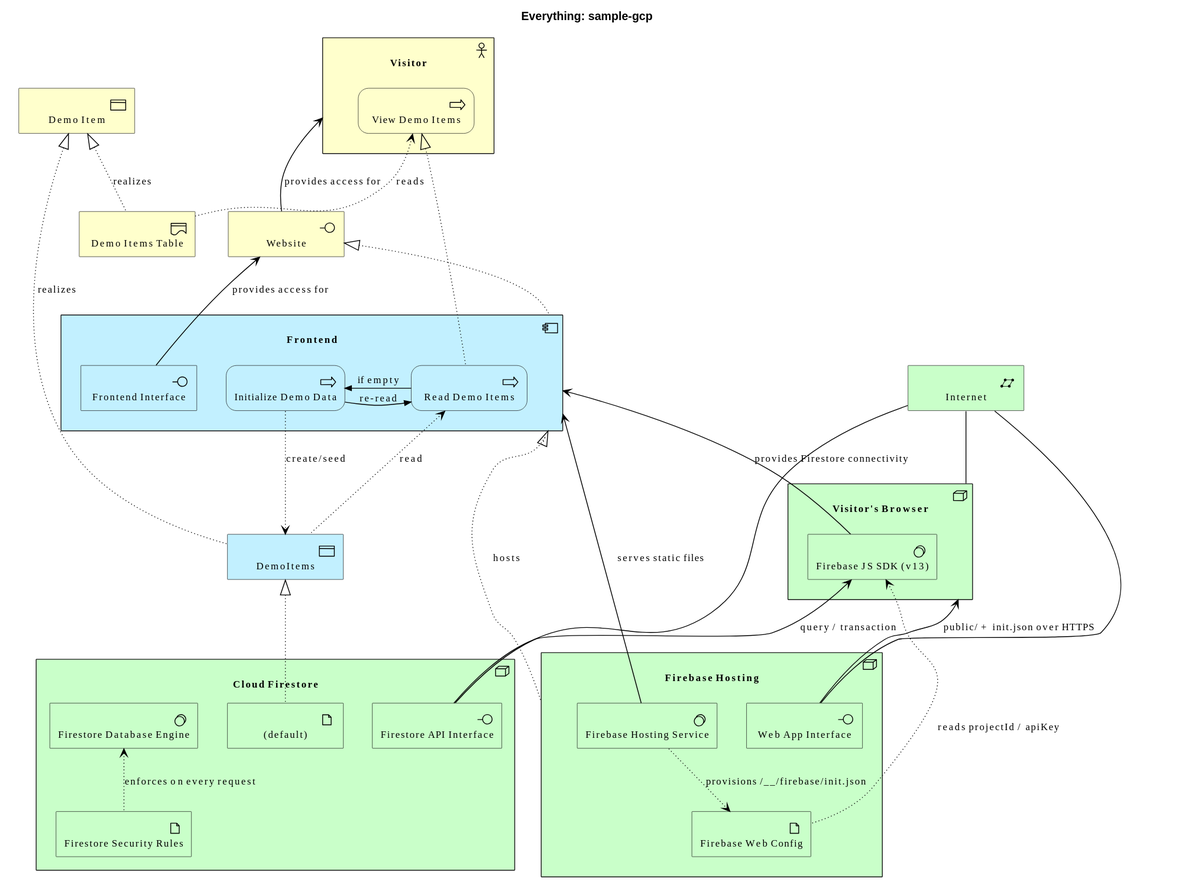
Earlier version of the PlantUML export diagrams/overview.svg (wolffy-au/frictionless-sample-gcp).
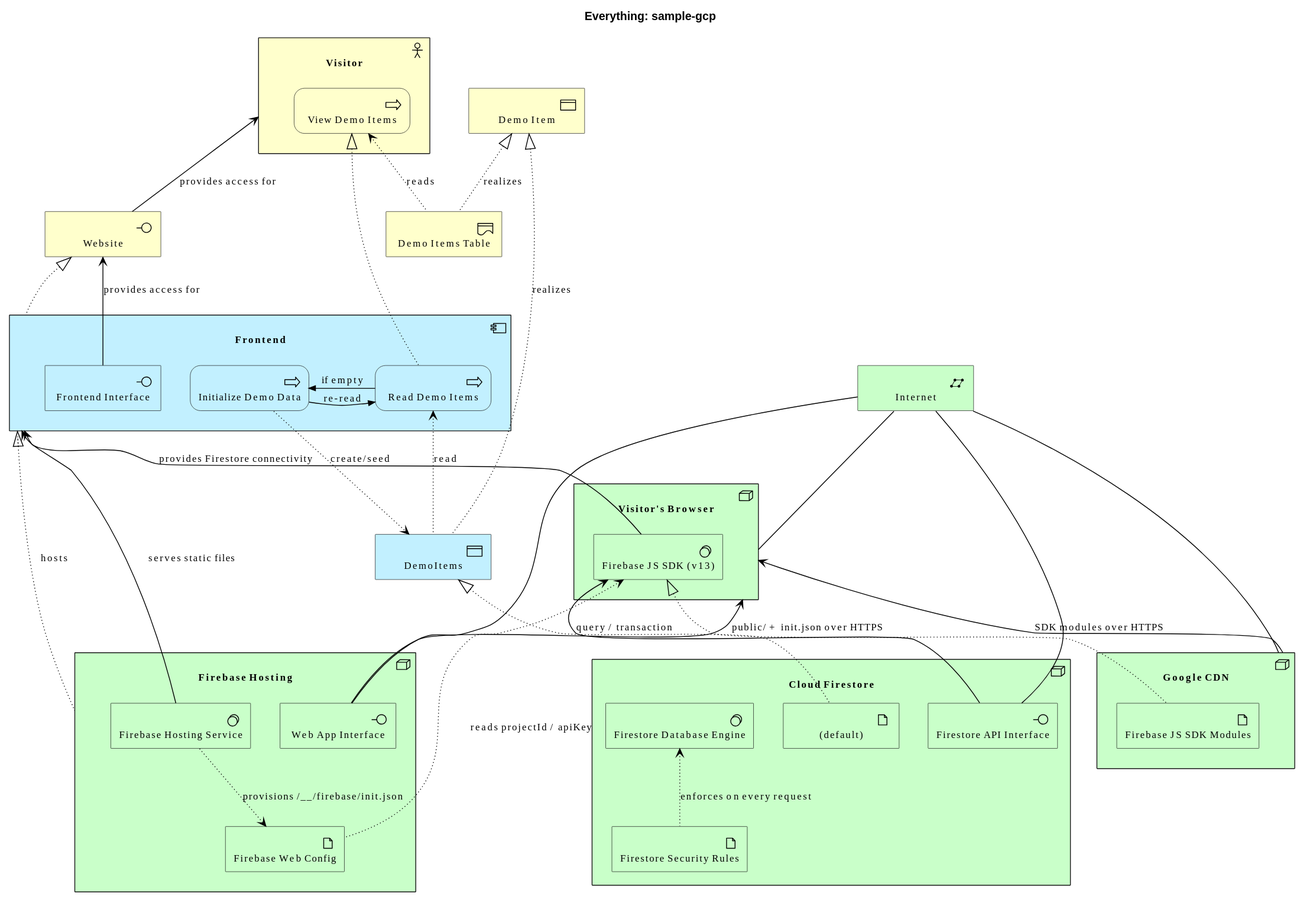
After the commit.

Commit message:
feat(architecture): model Google CDN serving the Firebase JS SDK modules

What changed in the source:
```diff
@@ -17,6 +17,9 @@
 }
 Technology_Node(e_id9f19149e10f45e, "Visitor's Browser") {
   Technology_SystemSoftware(e_id7844884d61f95e, "Firebase JS SDK (v13)")
+}
+Technology_Node(e_ida99faef2fc575a, "Google CDN") {
+  Technology_Artifact(e_ide4daf349c96354, "Firebase JS SDK Modules")
 }
 Technology_CommunicationNetwork(e_id454e7b903b8357, "Internet")
 Application_Component(e_id859316e8097157, "Frontend") {
@@ -55,4 +58,7 @@
 Rel_Serving_Up(e_id7844884d61f95e, e_id859316e8097157, "provides Firestore connectivity")
 Rel_Serving_Up(e_id26e5c2fbfcd056, e_id7844884d61f95e, "query / transaction")
 Rel_Access_r(e_id7844884d61f95e, e_id114715e81c7e5c, "reads projectId / apiKey")
+Rel_Realization_Up(e_ide4daf349c96354, e_id7844884d61f95e, "")
+Rel_Association(e_id454e7b903b8357, e_ida99faef2fc575a, "")
+Rel_Serving_Up(e_ida99faef2fc575a, e_id9f19149e10f45e, "SDK modules over HTTPS")
 @enduml
```
